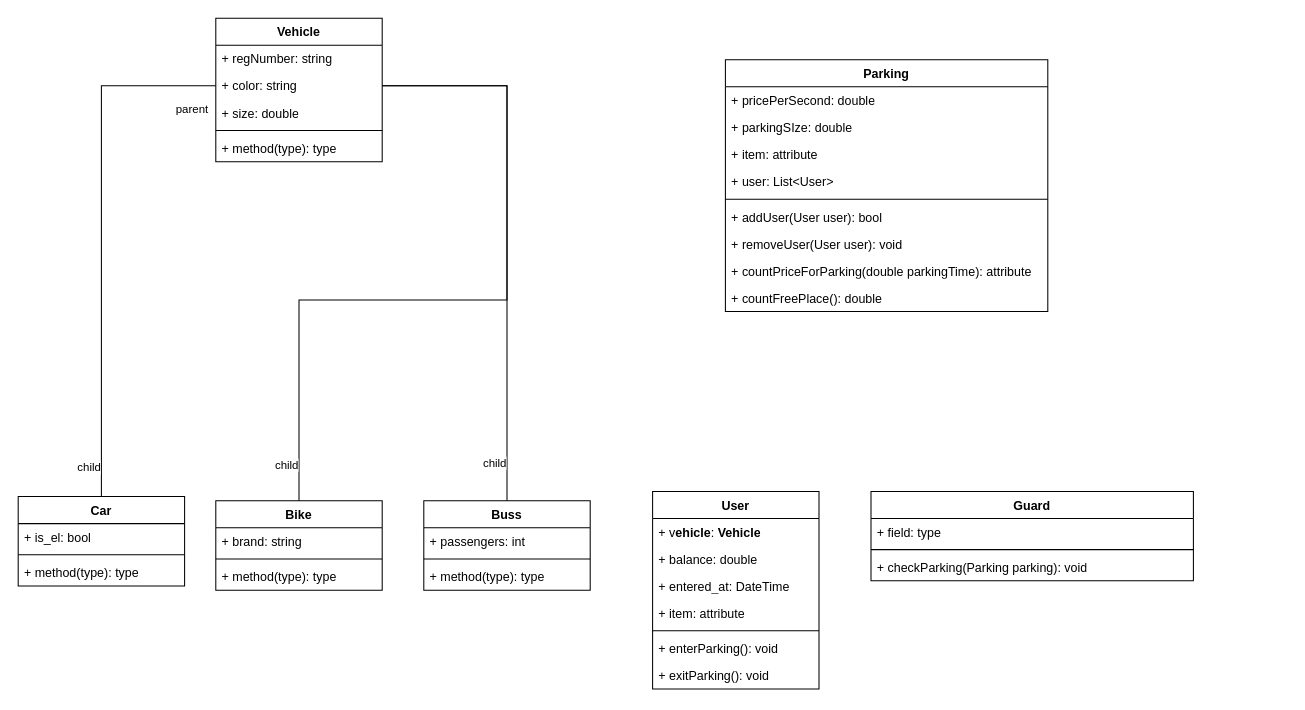
Jamil-Adnan/AssignmentParkinLot keeps this draw.io diagram as Untitled Diagram.drawio. Above is the earlier version. Source tidied: cells renumbered, new cells numbered last; positions are measured from the earlier drawing's top-left corner, leaving out a move shared by most shapes. Both pictures are drawn from the tidied source at 104%, with x=0, y=0 at pixel (18, 18).
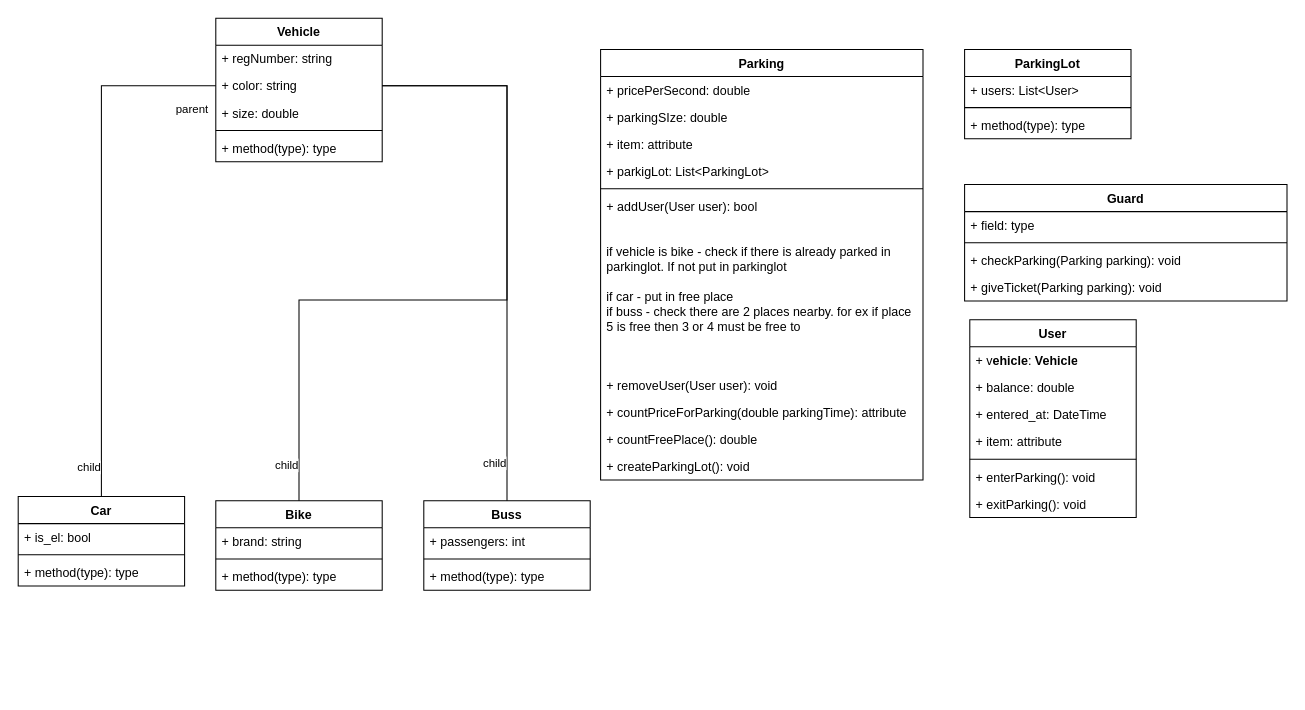
Above is the later version.

Commit message:
added parking lot

Change to the diagram source:
```diff
@@
     <mxCell id="2" value="Parking" style="swimlane;fontStyle=1;align=center;verticalAlign=top;horizontal=1;startSize=26;whiteSpace=wrap;html=1;" parent="1" vertex="1">
-      <mxGeometry x="680" y="40" width="310" height="242" as="geometry" />
+      <mxGeometry x="560" y="30" width="310" height="414" as="geometry" />
     </mxCell>
@@
-    <mxCell id="6" value="+ user: List&amp;lt;User&amp;gt;" style="text;strokeColor=none;fillColor=none;align=left;verticalAlign=top;spacingLeft=4;spacingRight=4;overflow=hidden;whiteSpace=wrap;html=1;" parent="2" vertex="1">
+    <mxCell id="6" value="+ parkigLot: List&amp;lt;ParkingLot&amp;gt;" style="text;strokeColor=none;fillColor=none;align=left;verticalAlign=top;spacingLeft=4;spacingRight=4;overflow=hidden;whiteSpace=wrap;html=1;" parent="2" vertex="1">
       <mxGeometry y="104" width="310" height="26" as="geometry" />
     </mxCell>
@@
-    <mxCell id="8" value="+ addUser(User user): bool&lt;div&gt;&lt;span style=&quot;white-space: pre;&quot;&gt;&#9;&lt;/span&gt;&lt;br&gt;&lt;/div&gt;" style="text;strokeColor=none;fillColor=none;align=left;verticalAlign=top;spacingLeft=4;spacingRight=4;overflow=hidden;whiteSpace=wrap;html=1;" parent="2" vertex="1">
-      <mxGeometry y="138" width="310" height="26" as="geometry" />
+    <mxCell id="8" value="+ addUser(User user): bool&lt;div&gt;&lt;span style=&quot;white-space: pre;&quot;&gt;&#9;&lt;/span&gt;&lt;br&gt;&lt;/div&gt;&lt;div&gt;&lt;br&gt;&lt;/div&gt;&lt;div&gt;if vehicle is bike - check if there is already parked in parkinglot. If not put in parkinglot&lt;br&gt;&lt;br&gt;if car - put in free place&lt;/div&gt;&lt;div&gt;if buss - check there are 2 places nearby. for ex if place 5 is free then 3 or 4 must be free to&lt;/div&gt;" style="text;strokeColor=none;fillColor=none;align=left;verticalAlign=top;spacingLeft=4;spacingRight=4;overflow=hidden;whiteSpace=wrap;html=1;" parent="2" vertex="1">
+      <mxGeometry y="138" width="310" height="172" as="geometry" />
     </mxCell>
     <mxCell id="9" value="+ removeUser(User user): void&lt;span style=&quot;white-space: pre;&quot;&gt;&#9;&lt;/span&gt;" style="text;strokeColor=none;fillColor=none;align=left;verticalAlign=top;spacingLeft=4;spacingRight=4;overflow=hidden;whiteSpace=wrap;html=1;" parent="2" vertex="1">
-      <mxGeometry y="164" width="310" height="26" as="geometry" />
+      <mxGeometry y="310" width="310" height="26" as="geometry" />
     </mxCell>
     <mxCell id="10" value="+ countPriceForParking(double parkingTime): attribute" style="text;strokeColor=none;fillColor=none;align=left;verticalAlign=top;spacingLeft=4;spacingRight=4;overflow=hidden;whiteSpace=wrap;html=1;" parent="2" vertex="1">
-      <mxGeometry y="190" width="310" height="26" as="geometry" />
+      <mxGeometry y="336" width="310" height="26" as="geometry" />
     </mxCell>
     <mxCell id="11" value="+ countFreePlace(): double" style="text;strokeColor=none;fillColor=none;align=left;verticalAlign=top;spacingLeft=4;spacingRight=4;overflow=hidden;whiteSpace=wrap;html=1;" parent="2" vertex="1">
-      <mxGeometry y="216" width="310" height="26" as="geometry" />
+      <mxGeometry y="362" width="310" height="26" as="geometry" />
     </mxCell>
+    <mxCell id="49" value="+ createParkingLot(): void" style="text;strokeColor=none;fillColor=none;align=left;verticalAlign=top;spacingLeft=4;spacingRight=4;overflow=hidden;whiteSpace=wrap;html=1;" parent="2" vertex="1">
+      <mxGeometry y="388" width="310" height="26" as="geometry" />
+    </mxCell>
     <mxCell id="12" value="Guard" style="swimlane;fontStyle=1;align=center;verticalAlign=top;horizontal=1;startSize=26;whiteSpace=wrap;html=1;" parent="1" vertex="1">
-      <mxGeometry x="820" y="455" width="310" height="86" as="geometry" />
+      <mxGeometry x="910" y="160" width="310" height="112" as="geometry" />
     </mxCell>
@@
+    <mxCell id="50" value="+ giveTicket(Parking parking): void" style="text;strokeColor=none;fillColor=none;align=left;verticalAlign=top;spacingLeft=4;spacingRight=4;overflow=hidden;whiteSpace=wrap;html=1;" parent="12" vertex="1">
+      <mxGeometry y="86" width="310" height="26" as="geometry" />
+    </mxCell>
     <mxCell id="16" value="User" style="swimlane;fontStyle=1;align=center;verticalAlign=top;horizontal=1;startSize=26;whiteSpace=wrap;html=1;" parent="1" vertex="1">
-      <mxGeometry x="610" y="455" width="160" height="190" as="geometry" />
+      <mxGeometry x="915" y="290" width="160" height="190" as="geometry" />
     </mxCell>
@@
+    <mxCell id="51" value="ParkingLot" style="swimlane;fontStyle=1;align=center;verticalAlign=top;horizontal=1;startSize=26;whiteSpace=wrap;html=1;" parent="1" vertex="1">
+      <mxGeometry x="910" y="30" width="160" height="86" as="geometry" />
+    </mxCell>
+    <mxCell id="52" value="+ users: List&amp;lt;User&amp;gt;" style="text;strokeColor=none;fillColor=none;align=left;verticalAlign=top;spacingLeft=4;spacingRight=4;overflow=hidden;whiteSpace=wrap;html=1;" parent="51" vertex="1">
+      <mxGeometry y="26" width="160" height="26" as="geometry" />
+    </mxCell>
+    <mxCell id="53" style="line;strokeWidth=1;fillColor=none;align=left;verticalAlign=middle;spacingTop=-1;spacingLeft=3;spacingRight=3;labelPosition=right;strokeColor=inherit;" parent="51" vertex="1">
+      <mxGeometry y="52" width="160" height="8" as="geometry" />
+    </mxCell>
+    <mxCell id="54" value="+ method(type): type" style="text;strokeColor=none;fillColor=none;align=left;verticalAlign=top;spacingLeft=4;spacingRight=4;overflow=hidden;whiteSpace=wrap;html=1;" parent="51" vertex="1">
+      <mxGeometry y="60" width="160" height="26" as="geometry" />
+    </mxCell>
```
